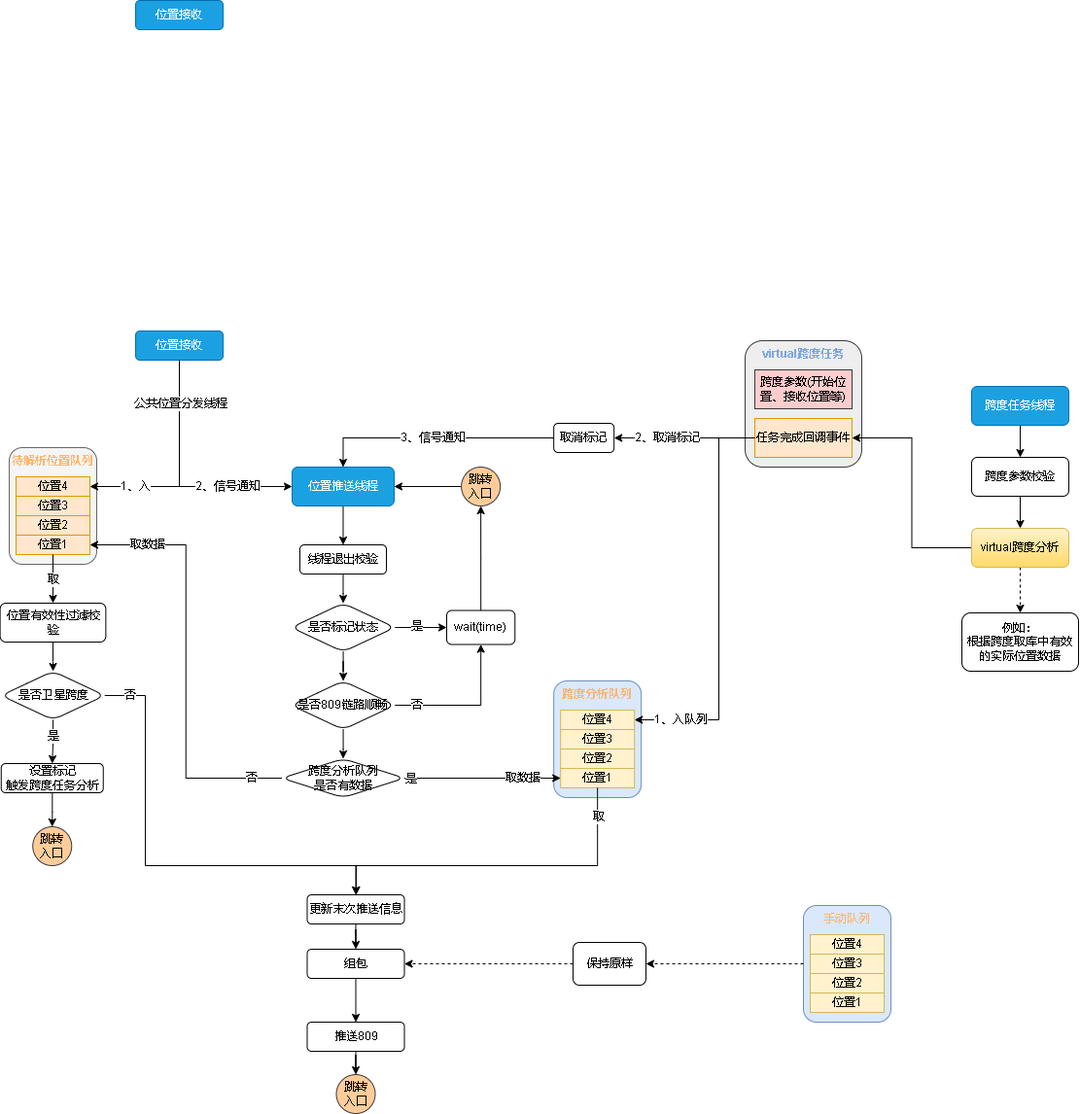
Before: 809数据跨度.drawio.png, a diagram exported from draw.io (xktder/draw). Source tidied: cells renumbered, new cells last; positions are measured from the earlier drawing's top-left corner, leaving out a move shared by most shapes.
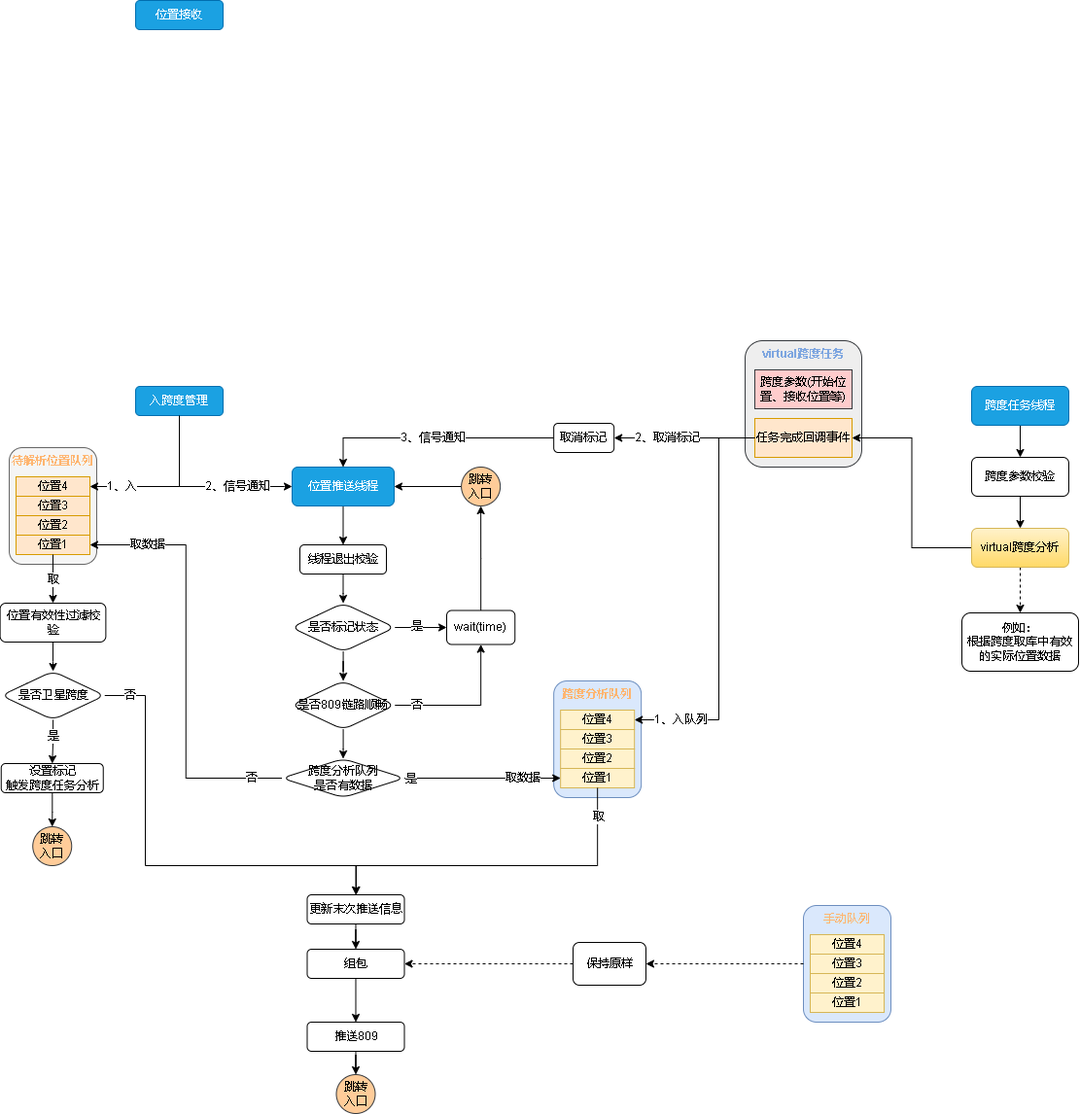
Later version of the same file.

Commit message:
更新809数据跨度.drawio.png

The edit, as a diff of the source:
```diff
@@ -15,8 +15,8 @@
         <mxPoint x="-25" as="offset" />
       </mxGeometry>
     </mxCell>
-    <mxCell id="4" value="位置接收" style="rounded=1;whiteSpace=wrap;html=1;fillColor=#1ba1e2;fontColor=#ffffff;strokeColor=#006EAF;" parent="1" vertex="1">
-      <mxGeometry x="139" y="340" width="90" height="30" as="geometry" />
+    <mxCell id="4" value="入跨度管理" style="rounded=1;whiteSpace=wrap;html=1;fillColor=#1ba1e2;fontColor=#ffffff;strokeColor=#006EAF;" parent="1" vertex="1">
+      <mxGeometry x="139" y="397" width="90" height="30" as="geometry" />
     </mxCell>
     <mxCell id="5" style="group;" parent="1" vertex="1">
       <mxGeometry x="9" y="460" width="90" height="120" as="geometry" />
@@ -62,11 +62,6 @@
         <mxPoint x="-11" y="-1" as="offset" />
       </mxGeometry>
     </mxCell>
-    <mxCell id="19" value="公共位置分发线程" style="edgeLabel;html=1;align=center;verticalAlign=middle;fontColor=#000000;" parent="17" vertex="1">
-      <mxGeometry x="-0.69" y="1" relative="1" as="geometry">
-        <mxPoint y="10" as="offset" />
-      </mxGeometry>
-    </mxCell>
     <mxCell id="20" style="edgeStyle=orthogonalEdgeStyle;rounded=0;jettySize=auto;html=1;exitX=0.5;exitY=1;exitDx=0;exitDy=0;fontColor=#000000;" parent="1" edge="1" source="10" target="23">
       <mxGeometry relative="1" as="geometry" />
     </mxCell>
```
